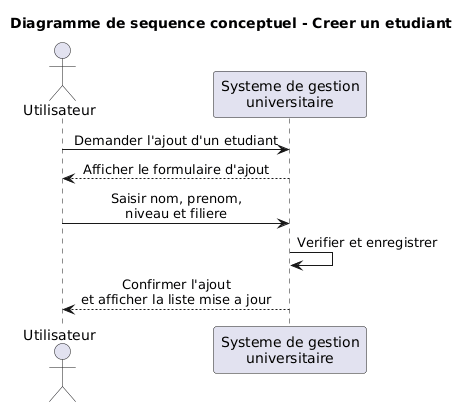
mehdidabaj/app-etudiant keeps this PlantUML diagram as docs/uml/images/sequence-conceptuel.png. Above is the earlier version. Its source is kept beside it as docs/uml/sequence-conceptuel.puml.
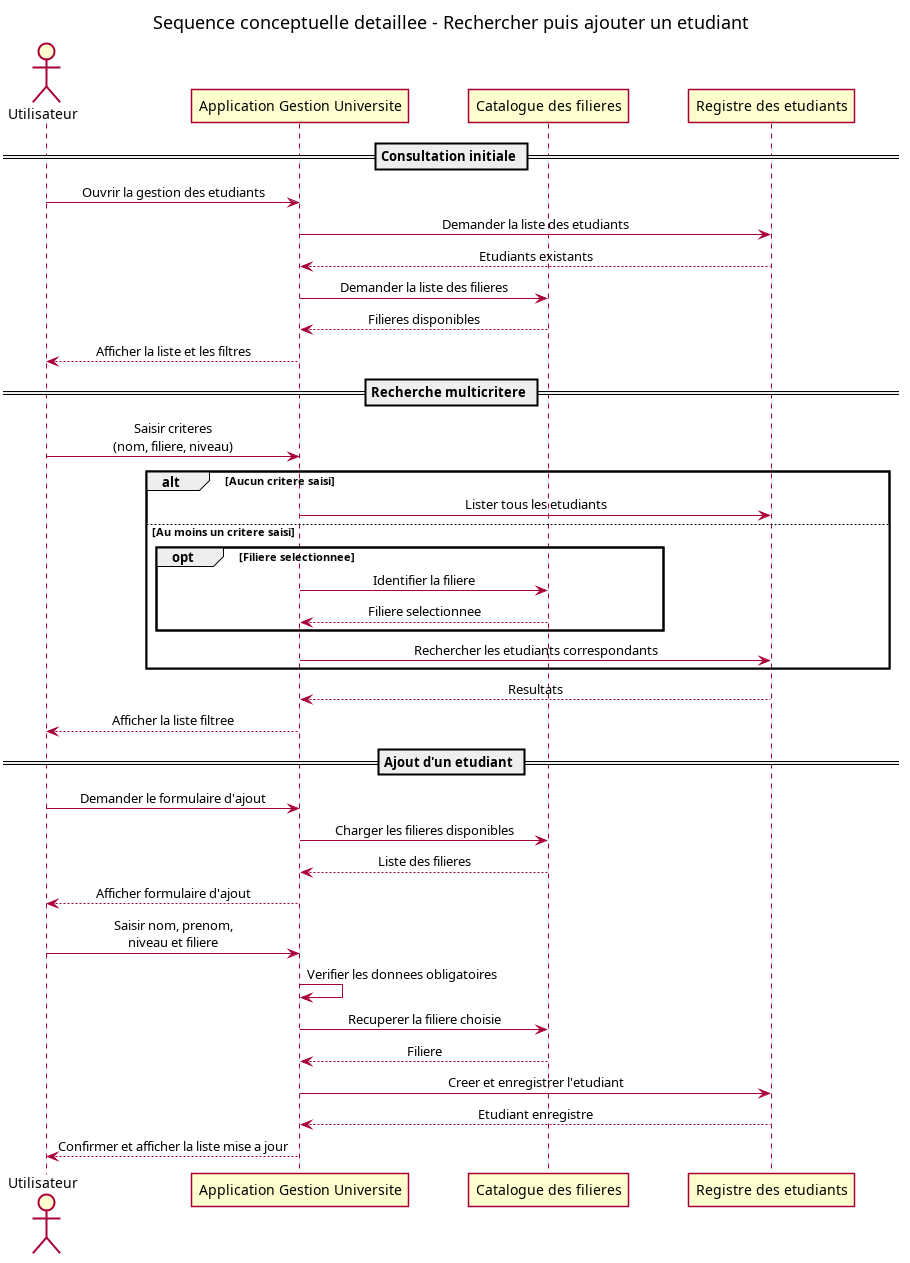
The same file after the commit.

Diff of the diagram source:
```diff
@@ -1,17 +1,50 @@
 @startuml
-title Diagramme de sequence conceptuel - Creer un etudiant
+title Sequence conceptuelle detaillee - Rechercher puis ajouter un etudiant
 
 skinparam shadowing false
 skinparam sequenceMessageAlign center
+skinparam ParticipantPadding 25
+skinparam BoxPadding 10
 
 actor "Utilisateur" as Utilisateur
-participant "Systeme de gestion\nuniversitaire" as Systeme
+participant "Application Gestion Universite" as Systeme
+participant "Catalogue des filieres" as Catalogue
+participant "Registre des etudiants" as Registre
 
-Utilisateur -> Systeme : Demander l'ajout d'un etudiant
-Systeme --> Utilisateur : Afficher le formulaire d'ajout
+== Consultation initiale ==
+Utilisateur -> Systeme : Ouvrir la gestion des etudiants
+Systeme -> Registre : Demander la liste des etudiants
+Registre --> Systeme : Etudiants existants
+Systeme -> Catalogue : Demander la liste des filieres
+Catalogue --> Systeme : Filieres disponibles
+Systeme --> Utilisateur : Afficher la liste et les filtres
+
+== Recherche multicritere ==
+Utilisateur -> Systeme : Saisir criteres\n(nom, filiere, niveau)
+alt Aucun critere saisi
+  Systeme -> Registre : Lister tous les etudiants
+else Au moins un critere saisi
+  opt Filiere selectionnee
+    Systeme -> Catalogue : Identifier la filiere
+    Catalogue --> Systeme : Filiere selectionnee
+  end
+  Systeme -> Registre : Rechercher les etudiants correspondants
+end
+Registre --> Systeme : Resultats
+Systeme --> Utilisateur : Afficher la liste filtree
+
+== Ajout d'un etudiant ==
+Utilisateur -> Systeme : Demander le formulaire d'ajout
+Systeme -> Catalogue : Charger les filieres disponibles
+Catalogue --> Systeme : Liste des filieres
+Systeme --> Utilisateur : Afficher formulaire d'ajout
 
 Utilisateur -> Systeme : Saisir nom, prenom,\nniveau et filiere
-Systeme -> Systeme : Verifier et enregistrer
-Systeme --> Utilisateur : Confirmer l'ajout\net afficher la liste mise a jour
+Systeme -> Systeme : Verifier les donnees obligatoires
+Systeme -> Catalogue : Recuperer la filiere choisie
+Catalogue --> Systeme : Filiere
+Systeme -> Registre : Creer et enregistrer l'etudiant
+Registre --> Systeme : Etudiant enregistre
+Systeme --> Utilisateur : Confirmer et afficher la liste mise a jour
 
 @enduml
```
